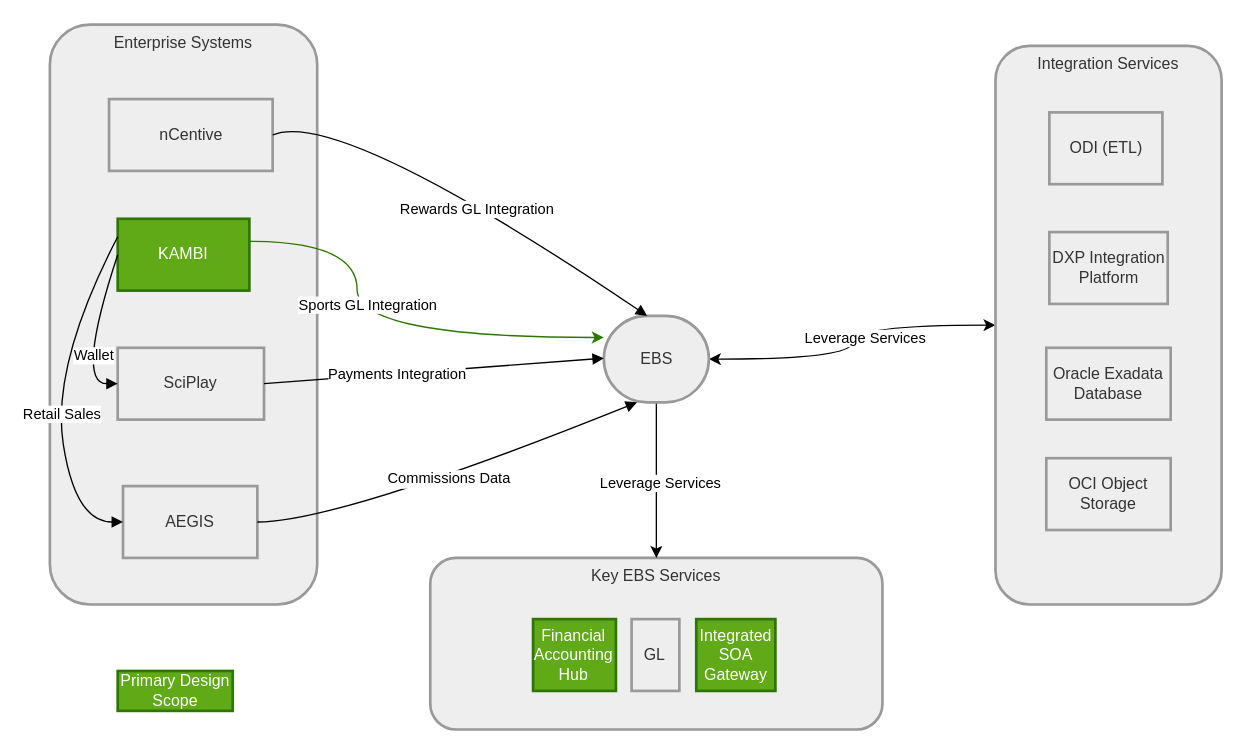
luclalor/Draw_IO keeps this draw.io diagram as page "System Context" (1 of 5) of ALC KAMBI.drawio. Above is the earlier version. Source tidied: cells renumbered, new cells numbered last; positions are measured from the earlier drawing's top-left corner, leaving out a move shared by most shapes. Both pictures are drawn from the tidied source at 133%, with x=0, y=0 at pixel (49, 24).
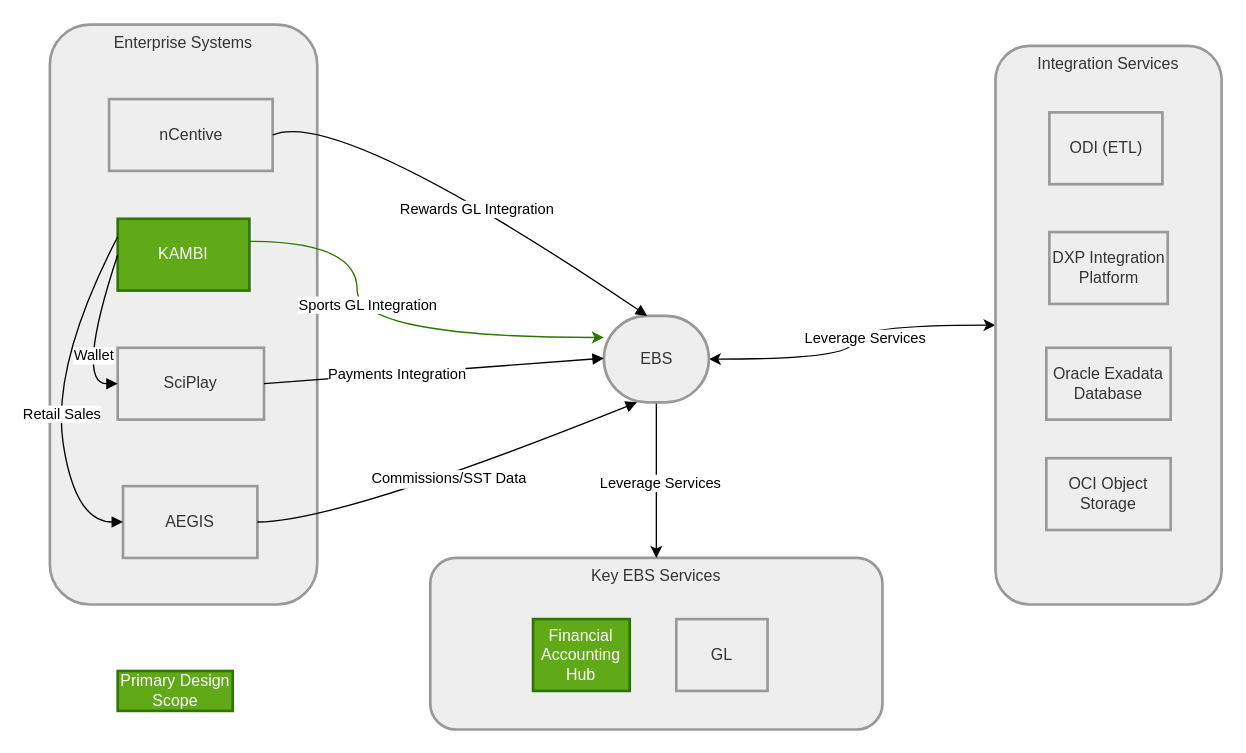
After the change.

Commit message:
Update ALC KAMBI.drawio modified scope for AEGIS integration

The change refers to these unchanged cells:
```xml
<mxCell id="2" value="Key EBS Services" style="whiteSpace=wrap;strokeWidth=2;verticalAlign=top;fillColor=light-dark(#eeeeee,#1f2020);strokeColor=light-dark(#999999,#cccccc);fontColor=light-dark(#333333,#cccccc);rounded=1;" parent="1" vertex="1">
  <mxGeometry x="286" y="401" width="340" height="129" as="geometry" />
</mxCell>
<mxCell id="8" value="AEGIS" style="whiteSpace=wrap;strokeWidth=2;fillColor=light-dark(#eeeeee,#1f2020);strokeColor=light-dark(#999999,#cccccc);fontColor=light-dark(#333333,#cccccc);" parent="1" vertex="1">
  <mxGeometry x="55" y="347" width="101" height="54" as="geometry" />
</mxCell>
<mxCell id="17" value="EBS" style="rounded=1;whiteSpace=wrap;arcSize=50;strokeWidth=2;fillColor=light-dark(#eeeeee,#1f2020);strokeColor=light-dark(#999999,#cccccc);fontColor=light-dark(#333333,#cccccc);" parent="1" vertex="1">
  <mxGeometry x="416.5" y="219" width="79" height="65" as="geometry" />
</mxCell>
```

What changed in the source:
```diff
@@
     <mxCell id="3" value="Financial Accounting Hub" style="whiteSpace=wrap;strokeWidth=2;fillColor=#60a917;strokeColor=#2D7600;fontColor=#ffffff;" parent="2" vertex="1">
-      <mxGeometry x="77.3" y="46" width="62.3" height="54" as="geometry" />
+      <mxGeometry x="77.3" y="46" width="72.7" height="54" as="geometry" />
     </mxCell>
     <mxCell id="4" value="GL" style="whiteSpace=wrap;strokeWidth=2;fillColor=light-dark(#eeeeee,#1f2020);strokeColor=light-dark(#999999,#cccccc);fontColor=light-dark(#333333,#cccccc);" parent="2" vertex="1">
-      <mxGeometry x="151.4" y="46" width="35.9" height="54" as="geometry" />
+      <mxGeometry x="185" y="46" width="68.6" height="54" as="geometry" />
     </mxCell>
-    <mxCell id="5" value="Integrated SOA Gateway" style="whiteSpace=wrap;strokeWidth=2;fillColor=#60a917;strokeColor=#2D7600;fontColor=#ffffff;" parent="2" vertex="1">
-      <mxGeometry x="200" y="46" width="59.5" height="54" as="geometry" />
-    </mxCell>
@@
-    <mxCell id="26" value="Commissions Data" style="curved=1;startArrow=none;endArrow=block;exitX=1;exitY=0.5;entryX=0.32;entryY=0.99;rounded=0;" parent="1" edge="1" source="8" target="17">
+    <mxCell id="26" value="Commissions/SST Data" style="curved=1;startArrow=none;endArrow=block;exitX=1;exitY=0.5;entryX=0.32;entryY=0.99;rounded=0;" parent="1" edge="1" source="8" target="17">
       <mxGeometry relative="1" as="geometry">
         <Array as="points">
           <mxPoint x="217" y="374" />
         </Array>
       </mxGeometry>
     </mxCell>
```
